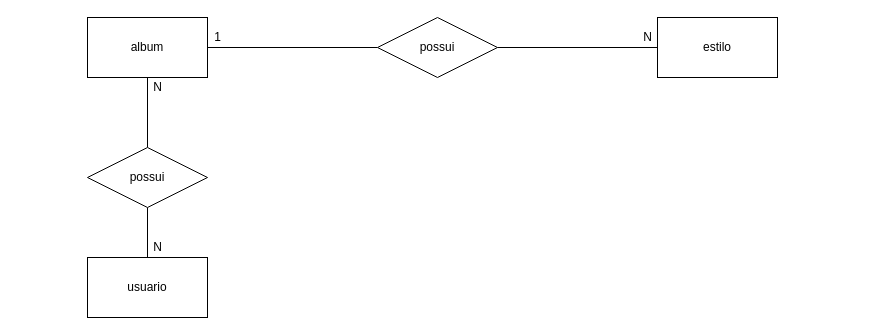
Earlier version of the draw.io diagram page "Page-1" (1 of 2) of exercicios/1.4-exercicio-optus/1.4-exercicio-optus.drawio (Zennitte/senai_sprint1_bd). Source tidied: cells renumbered, new cells numbered last; positions are measured from the earlier drawing's top-left corner, leaving out a move shared by most shapes. Both pictures are drawn from the tidied source at 100%, with x=0, y=0 at pixel (87, 17).
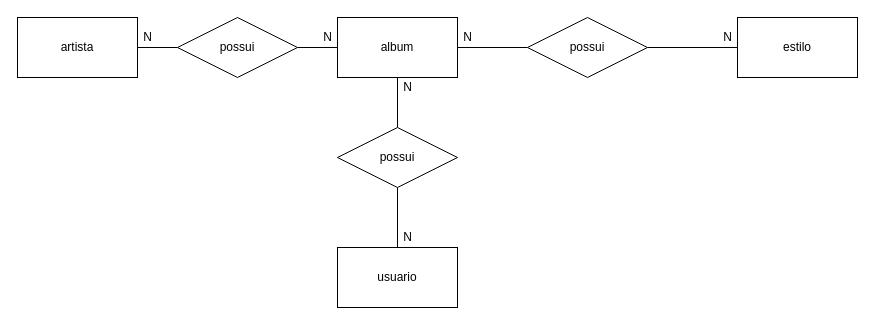
Above is the later version.

Change to the diagram source:
```diff
@@
+    <mxCell id="15" style="edgeStyle=orthogonalEdgeStyle;rounded=0;jettySize=auto;html=1;endArrow=none;endFill=0;" parent="1" edge="1" source="4" target="19">
+      <mxGeometry relative="1" as="geometry" />
+    </mxCell>
     <mxCell id="4" value="album" style="rounded=0;whiteSpace=wrap;html=1;" parent="1" vertex="1">
-      <mxGeometry width="120" height="60" as="geometry" />
+      <mxGeometry x="250" width="120" height="60" as="geometry" />
     </mxCell>
@@
     <mxCell id="6" value="estilo" style="rounded=0;whiteSpace=wrap;html=1;" parent="1" vertex="1">
-      <mxGeometry x="570" width="120" height="60" as="geometry" />
+      <mxGeometry x="650" width="120" height="60" as="geometry" />
     </mxCell>
@@
     <mxCell id="8" value="usuario" style="rounded=0;whiteSpace=wrap;html=1;" parent="1" vertex="1">
-      <mxGeometry y="240" width="120" height="60" as="geometry" />
+      <mxGeometry x="250" y="230" width="120" height="60" as="geometry" />
     </mxCell>
     <mxCell id="9" value="possui" style="shape=rhombus;perimeter=rhombusPerimeter;whiteSpace=wrap;html=1;align=center;" parent="1" vertex="1">
-      <mxGeometry x="290" width="120" height="60" as="geometry" />
+      <mxGeometry x="440" width="120" height="60" as="geometry" />
     </mxCell>
     <mxCell id="10" value="possui" style="shape=rhombus;perimeter=rhombusPerimeter;whiteSpace=wrap;html=1;align=center;" parent="1" vertex="1">
-      <mxGeometry y="130" width="120" height="60" as="geometry" />
+      <mxGeometry x="250" y="110" width="120" height="60" as="geometry" />
     </mxCell>
-    <mxCell id="11" value="1" style="text;html=1;align=center;verticalAlign=middle;strokeColor=none;" parent="1" vertex="1">
-      <mxGeometry x="120" y="10" width="20" height="20" as="geometry" />
-    </mxCell>
     <mxCell id="12" value="N" style="text;html=1;align=center;verticalAlign=middle;strokeColor=none;" parent="1" vertex="1">
-      <mxGeometry x="550" y="10" width="20" height="20" as="geometry" />
+      <mxGeometry x="630" y="10" width="20" height="20" as="geometry" />
     </mxCell>
     <mxCell id="13" value="N" style="text;html=1;align=center;verticalAlign=middle;strokeColor=none;" parent="1" vertex="1">
-      <mxGeometry x="60" y="220" width="20" height="20" as="geometry" />
+      <mxGeometry x="310" y="210" width="20" height="20" as="geometry" />
     </mxCell>
     <mxCell id="14" value="N" style="text;html=1;align=center;verticalAlign=middle;strokeColor=none;" parent="1" vertex="1">
-      <mxGeometry x="60" y="60" width="20" height="20" as="geometry" />
+      <mxGeometry x="370" y="10" width="20" height="20" as="geometry" />
     </mxCell>
+    <mxCell id="16" value="N" style="text;html=1;align=center;verticalAlign=middle;strokeColor=none;" parent="1" vertex="1">
+      <mxGeometry x="310" y="60" width="20" height="20" as="geometry" />
+    </mxCell>
+    <mxCell id="17" value="artista" style="rounded=0;whiteSpace=wrap;html=1;" parent="1" vertex="1">
+      <mxGeometry x="-70" width="120" height="60" as="geometry" />
+    </mxCell>
+    <mxCell id="18" style="edgeStyle=orthogonalEdgeStyle;rounded=0;jettySize=auto;html=1;endArrow=none;endFill=0;" parent="1" edge="1" source="19" target="17">
+      <mxGeometry relative="1" as="geometry" />
+    </mxCell>
+    <mxCell id="19" value="possui" style="shape=rhombus;perimeter=rhombusPerimeter;whiteSpace=wrap;html=1;align=center;" parent="1" vertex="1">
+      <mxGeometry x="90" width="120" height="60" as="geometry" />
+    </mxCell>
+    <mxCell id="20" value="N" style="text;html=1;align=center;verticalAlign=middle;strokeColor=none;" parent="1" vertex="1">
+      <mxGeometry x="230" y="10" width="20" height="20" as="geometry" />
+    </mxCell>
+    <mxCell id="21" value="N" style="text;html=1;align=center;verticalAlign=middle;strokeColor=none;" parent="1" vertex="1">
+      <mxGeometry x="50" y="10" width="20" height="20" as="geometry" />
+    </mxCell>
```
